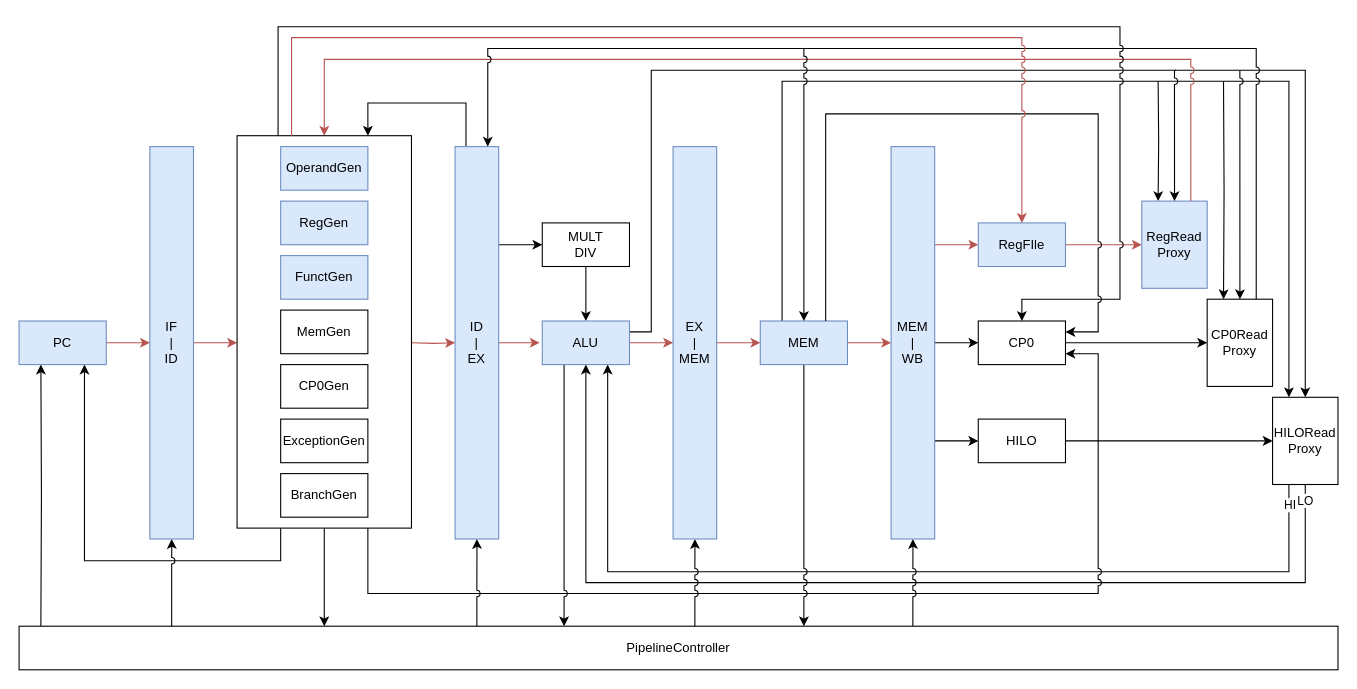
Earlier version of the draw.io diagram CS/ExternMIPS/算术运算指令/ADD.drawio (umiskky/Diagrams). Source tidied: cells renumbered, new cells numbered last; positions are measured from the earlier drawing's top-left corner, leaving out a move shared by most shapes. Both pictures are drawn from the tidied source at 109%, with x=0, y=0 at pixel (19, 26).
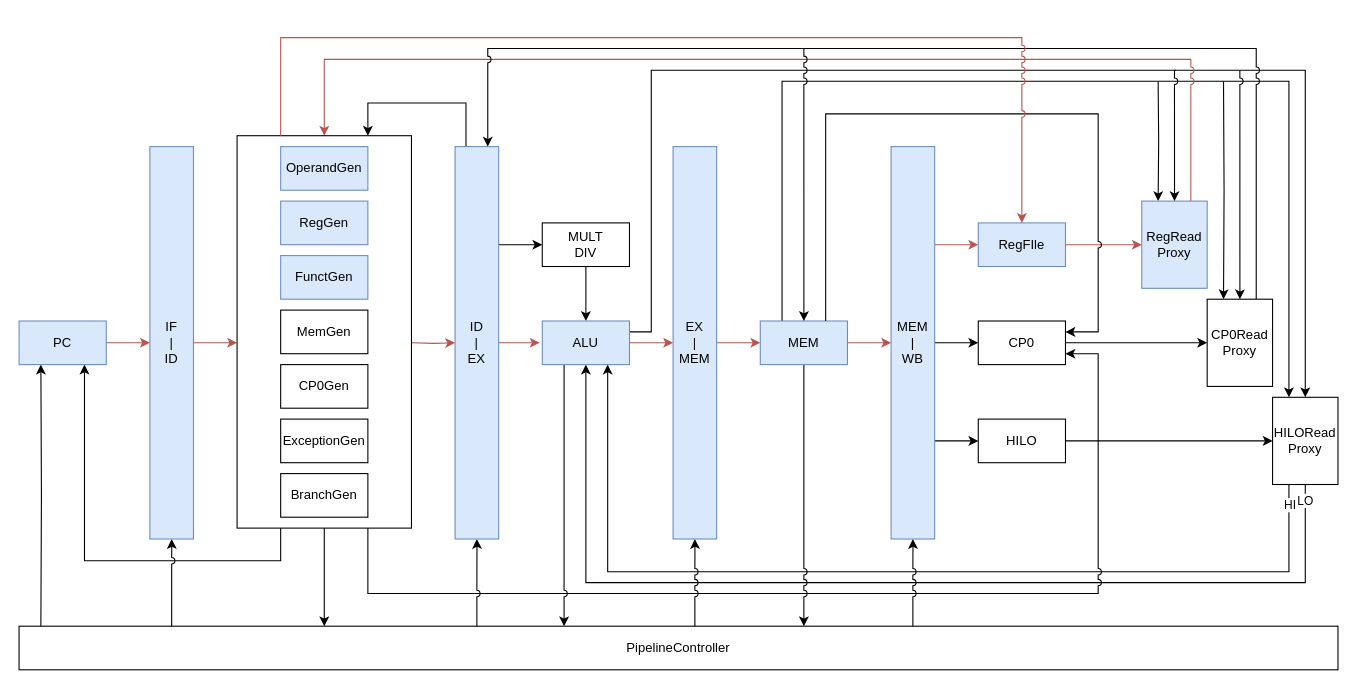
The same page after the edit.

The change refers to these unchanged cells:
```xml
<mxCell id="45" value="RegFIle" style="rounded=0;whiteSpace=wrap;html=1;fillColor=#dae8fc;strokeColor=#6c8ebf;" parent="1" vertex="1">
  <mxGeometry x="880" y="180" width="80" height="40" as="geometry" />
</mxCell>
<mxCell id="47" value="CP0" style="rounded=0;whiteSpace=wrap;html=1;" parent="1" vertex="1">
  <mxGeometry x="880" y="270" width="80" height="40" as="geometry" />
</mxCell>
<mxCell id="60" value="&lt;blockquote style=&quot;margin: 0 0 0 40px ; border: none ; padding: 0px&quot;&gt;&lt;/blockquote&gt;" style="rounded=0;whiteSpace=wrap;html=1;align=left;" parent="1" vertex="1">
  <mxGeometry x="200" y="100" width="160" height="360" as="geometry" />
</mxCell>
```

Change to the diagram source:
```diff
@@
-    <mxCell id="70" style="edgeStyle=orthogonalEdgeStyle;rounded=0;jumpStyle=arc;jettySize=auto;html=1;exitX=0.5;exitY=0;exitDx=0;exitDy=0;endFill=1;entryX=0.5;entryY=0;entryDx=0;entryDy=0;" parent="1" edge="1" target="47">
-      <mxGeometry relative="1" as="geometry">
-        <mxPoint x="237.6" y="100" as="sourcePoint" />
-        <Array as="points">
-          <mxPoint x="238" />
-          <mxPoint x="1010" />
-          <mxPoint x="1010" y="250" />
-          <mxPoint x="920" y="250" />
-        </Array>
-      </mxGeometry>
-    </mxCell>
@@
-    <mxCell id="72" style="edgeStyle=orthogonalEdgeStyle;rounded=0;jumpStyle=arc;jettySize=auto;html=1;entryX=0.5;entryY=0;entryDx=0;entryDy=0;endFill=1;fillColor=#f8cecc;strokeColor=#b85450;" parent="1" edge="1" target="45">
+    <mxCell id="72" style="edgeStyle=orthogonalEdgeStyle;rounded=0;jumpStyle=arc;jettySize=auto;html=1;entryX=0.5;entryY=0;entryDx=0;entryDy=0;endFill=1;fillColor=#f8cecc;strokeColor=#b85450;exitX=0.25;exitY=0;exitDx=0;exitDy=0;" parent="1" edge="1" source="60" target="45">
       <mxGeometry relative="1" as="geometry">
-        <mxPoint x="250" y="100" as="sourcePoint" />
         <Array as="points">
-          <mxPoint x="250" y="100" />
-          <mxPoint x="250" y="10" />
+          <mxPoint x="240" y="10" />
           <mxPoint x="920" y="10" />
         </Array>
       </mxGeometry>
     </mxCell>
```
